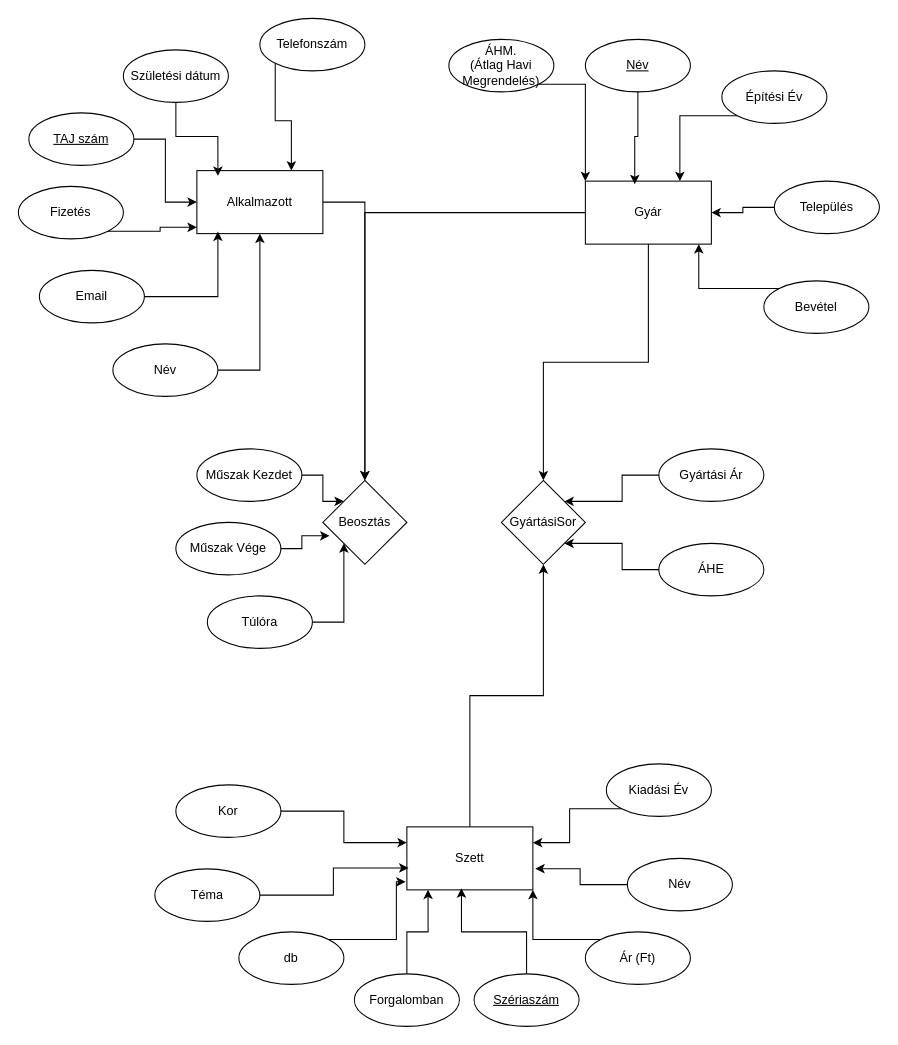
Earlier version of the draw.io diagram ERmodell.drawio (SzebelediZoltan/Projekt_Adat_ZB). Source tidied: cells renumbered, new cells numbered last; positions are measured from the earlier drawing's top-left corner, leaving out a move shared by most shapes. Both pictures are drawn from the tidied source at 105%, with x=0, y=0 at pixel (18, 18).
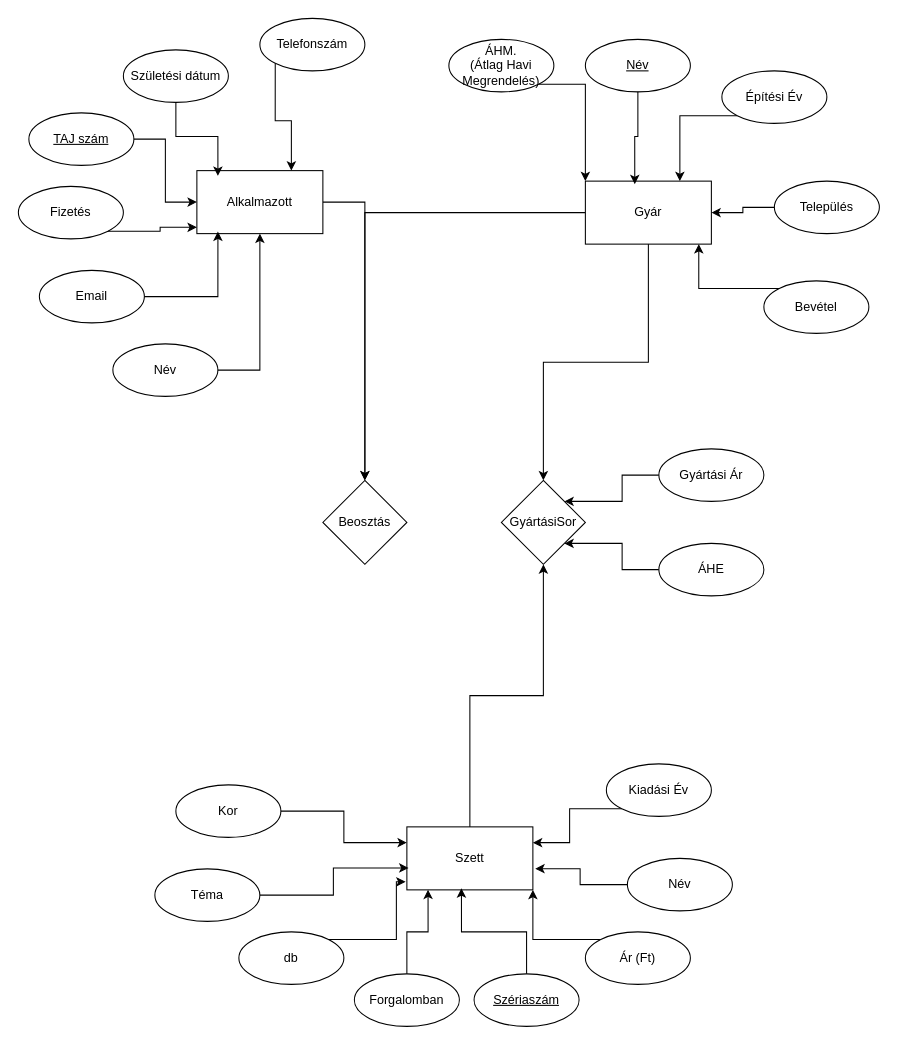
The same page after the edit.

Commit message:
ERmodell javítás

The change refers to these unchanged cells:
```xml
<mxCell id="9" value="Beosztás" style="rhombus;whiteSpace=wrap;html=1;" parent="1" vertex="1">
  <mxGeometry x="290" y="440" width="80" height="80" as="geometry" />
</mxCell>
```

What changed in the source:
```diff
@@
-    <mxCell id="50" style="edgeStyle=orthogonalEdgeStyle;rounded=0;jettySize=auto;html=1;entryX=0;entryY=0;entryDx=0;entryDy=0;" parent="1" edge="1" source="51" target="9">
-      <mxGeometry relative="1" as="geometry" />
-    </mxCell>
-    <mxCell id="51" value="Műszak Kezdet" style="ellipse;whiteSpace=wrap;html=1;" parent="1" vertex="1">
-      <mxGeometry x="170" y="410" width="100" height="50" as="geometry" />
-    </mxCell>
-    <mxCell id="52" value="Műszak Vége" style="ellipse;whiteSpace=wrap;html=1;" parent="1" vertex="1">
-      <mxGeometry x="150" y="480" width="100" height="50" as="geometry" />
-    </mxCell>
-    <mxCell id="53" style="edgeStyle=orthogonalEdgeStyle;rounded=0;jettySize=auto;html=1;entryX=0;entryY=1;entryDx=0;entryDy=0;" parent="1" edge="1" source="54" target="9">
-      <mxGeometry relative="1" as="geometry" />
-    </mxCell>
-    <mxCell id="54" value="Túlóra" style="ellipse;whiteSpace=wrap;html=1;" parent="1" vertex="1">
-      <mxGeometry x="180" y="550" width="100" height="50" as="geometry" />
-    </mxCell>
-    <mxCell id="55" style="edgeStyle=orthogonalEdgeStyle;rounded=0;jettySize=auto;html=1;entryX=0.079;entryY=0.66;entryDx=0;entryDy=0;entryPerimeter=0;" parent="1" edge="1" source="52" target="9">
-      <mxGeometry relative="1" as="geometry" />
-    </mxCell>
```
